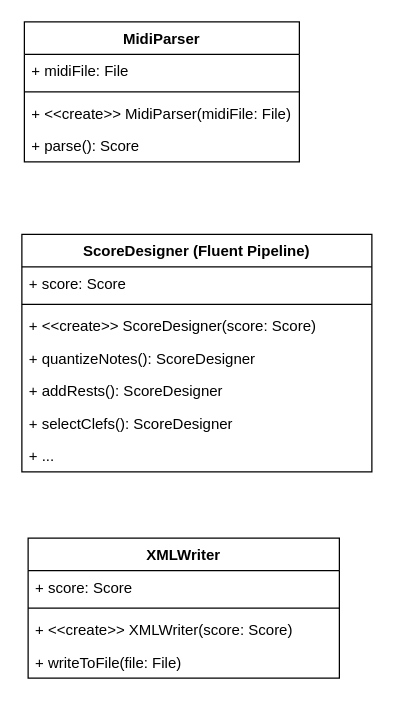
Above: docs/flowcharts/3 classes.drawio in Bingergie/midi2musicxml (draw.io), before the change. Source tidied: cells renumbered, new cells numbered last; positions are measured from the earlier drawing's top-left corner, leaving out a move shared by most shapes. Both pictures are drawn from the tidied source at 125%, with x=0, y=0 at pixel (21, 21).
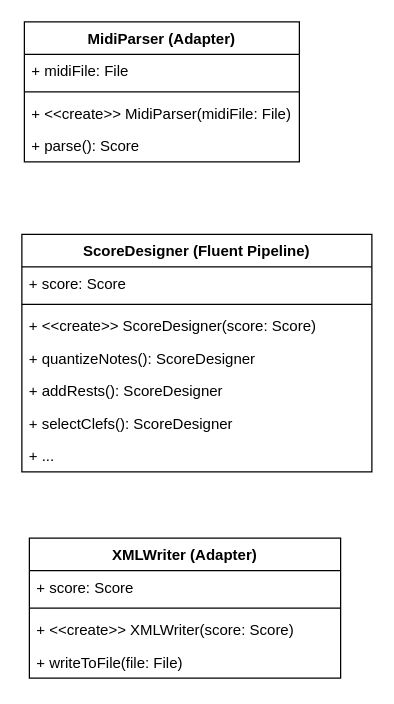
After the change.

The edit, as a diff of the source:
```diff
@@
 <mxGraphModel>
   <root>
     <mxCell id="0" />
     <mxCell id="1" parent="0" />
-    <mxCell id="2" value="MidiParser" style="swimlane;fontStyle=1;align=center;verticalAlign=top;horizontal=1;startSize=26;whiteSpace=wrap;html=1;" parent="1" vertex="1">
+    <mxCell id="2" value="MidiParser (Adapter)" style="swimlane;fontStyle=1;align=center;verticalAlign=top;horizontal=1;startSize=26;whiteSpace=wrap;html=1;" parent="1" vertex="1">
       <mxGeometry x="2" width="220" height="112" as="geometry" />
     </mxCell>
     <mxCell id="3" value="+ midiFile: File" style="text;strokeColor=none;fillColor=none;align=left;verticalAlign=top;spacingLeft=4;spacingRight=4;overflow=hidden;whiteSpace=wrap;html=1;" parent="2" vertex="1">
       <mxGeometry y="26" width="220" height="26" as="geometry" />
     </mxCell>
     <mxCell id="4" style="line;strokeWidth=1;fillColor=none;align=left;verticalAlign=middle;spacingTop=-1;spacingLeft=3;spacingRight=3;labelPosition=right;strokeColor=inherit;" parent="2" vertex="1">
       <mxGeometry y="52" width="220" height="8" as="geometry" />
     </mxCell>
     <mxCell id="5" value="+ &amp;lt;&amp;lt;create&amp;gt;&amp;gt; MidiParser(midiFile: File)" style="text;strokeColor=none;fillColor=none;align=left;verticalAlign=top;spacingLeft=4;spacingRight=4;overflow=hidden;whiteSpace=wrap;html=1;" parent="2" vertex="1">
       <mxGeometry y="60" width="220" height="26" as="geometry" />
     </mxCell>
     <mxCell id="6" value="+ parse(): Score" style="text;strokeColor=none;fillColor=none;align=left;verticalAlign=top;spacingLeft=4;spacingRight=4;overflow=hidden;whiteSpace=wrap;html=1;" parent="2" vertex="1">
       <mxGeometry y="86" width="220" height="26" as="geometry" />
     </mxCell>
     <mxCell id="7" value="ScoreDesigner (Fluent Pipeline)" style="swimlane;fontStyle=1;align=center;verticalAlign=top;horizontal=1;startSize=26;whiteSpace=wrap;html=1;" parent="1" vertex="1">
       <mxGeometry y="170" width="280" height="190" as="geometry" />
     </mxCell>
     <mxCell id="8" value="+ score: Score" style="text;strokeColor=none;fillColor=none;align=left;verticalAlign=top;spacingLeft=4;spacingRight=4;overflow=hidden;whiteSpace=wrap;html=1;" parent="7" vertex="1">
       <mxGeometry y="26" width="280" height="26" as="geometry" />
     </mxCell>
     <mxCell id="9" style="line;strokeWidth=1;fillColor=none;align=left;verticalAlign=middle;spacingTop=-1;spacingLeft=3;spacingRight=3;labelPosition=right;strokeColor=inherit;" parent="7" vertex="1">
       <mxGeometry y="52" width="280" height="8" as="geometry" />
     </mxCell>
     <mxCell id="10" value="+ &amp;lt;&amp;lt;create&amp;gt;&amp;gt; ScoreDesigner(score: Score)" style="text;strokeColor=none;fillColor=none;align=left;verticalAlign=top;spacingLeft=4;spacingRight=4;overflow=hidden;whiteSpace=wrap;html=1;" parent="7" vertex="1">
       <mxGeometry y="60" width="280" height="26" as="geometry" />
     </mxCell>
     <mxCell id="11" value="+ quantizeNotes(): ScoreDesigner" style="text;strokeColor=none;fillColor=none;align=left;verticalAlign=top;spacingLeft=4;spacingRight=4;overflow=hidden;whiteSpace=wrap;html=1;" parent="7" vertex="1">
       <mxGeometry y="86" width="280" height="26" as="geometry" />
     </mxCell>
     <mxCell id="12" value="+ addRests(): ScoreDesigner" style="text;strokeColor=none;fillColor=none;align=left;verticalAlign=top;spacingLeft=4;spacingRight=4;overflow=hidden;whiteSpace=wrap;html=1;" parent="7" vertex="1">
       <mxGeometry y="112" width="280" height="26" as="geometry" />
     </mxCell>
     <mxCell id="13" value="+ selectClefs(): ScoreDesigner" style="text;strokeColor=none;fillColor=none;align=left;verticalAlign=top;spacingLeft=4;spacingRight=4;overflow=hidden;whiteSpace=wrap;html=1;" parent="7" vertex="1">
       <mxGeometry y="138" width="280" height="26" as="geometry" />
     </mxCell>
     <mxCell id="14" value="+ ..." style="text;strokeColor=none;fillColor=none;align=left;verticalAlign=top;spacingLeft=4;spacingRight=4;overflow=hidden;whiteSpace=wrap;html=1;" parent="7" vertex="1">
       <mxGeometry y="164" width="280" height="26" as="geometry" />
     </mxCell>
-    <mxCell id="15" value="XMLWriter" style="swimlane;fontStyle=1;align=center;verticalAlign=top;horizontal=1;startSize=26;whiteSpace=wrap;html=1;" parent="1" vertex="1">
-      <mxGeometry x="5" y="413" width="249" height="112" as="geometry" />
+    <mxCell id="15" value="XMLWriter (Adapter)" style="swimlane;fontStyle=1;align=center;verticalAlign=top;horizontal=1;startSize=26;whiteSpace=wrap;html=1;" parent="1" vertex="1">
+      <mxGeometry x="6" y="413" width="249" height="112" as="geometry" />
     </mxCell>
     <mxCell id="16" value="+ score: Score" style="text;strokeColor=none;fillColor=none;align=left;verticalAlign=top;spacingLeft=4;spacingRight=4;overflow=hidden;whiteSpace=wrap;html=1;" parent="15" vertex="1">
       <mxGeometry y="26" width="249" height="26" as="geometry" />
     </mxCell>
     <mxCell id="17" style="line;strokeWidth=1;fillColor=none;align=left;verticalAlign=middle;spacingTop=-1;spacingLeft=3;spacingRight=3;labelPosition=right;strokeColor=inherit;" parent="15" vertex="1">
       <mxGeometry y="52" width="249" height="8" as="geometry" />
     </mxCell>
     <mxCell id="18" value="+ &amp;lt;&amp;lt;create&amp;gt;&amp;gt; XMLWriter(score: Score)" style="text;strokeColor=none;fillColor=none;align=left;verticalAlign=top;spacingLeft=4;spacingRight=4;overflow=hidden;whiteSpace=wrap;html=1;" parent="15" vertex="1">
       <mxGeometry y="60" width="249" height="26" as="geometry" />
     </mxCell>
     <mxCell id="19" value="+ writeToFile(file: File)" style="text;strokeColor=none;fillColor=none;align=left;verticalAlign=top;spacingLeft=4;spacingRight=4;overflow=hidden;whiteSpace=wrap;html=1;" parent="15" vertex="1">
       <mxGeometry y="86" width="249" height="26" as="geometry" />
     </mxCell>
   </root>
 </mxGraphModel>
```
